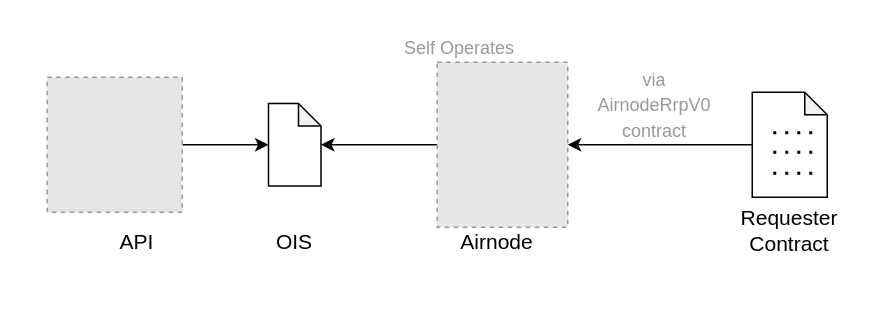
Above: docs/reference/airnode/latest/assets/diagrams/api-integration-ois.drawio in api3dao/vitepress-docs (draw.io), before the change. Source tidied: cells renumbered, new cells numbered last; positions are measured from the earlier drawing's top-left corner, leaving out a move shared by most shapes. Both pictures are drawn from the tidied source at 150%, with x=0, y=0 at pixel (46, 32). Pictures stored in the file or linked from it are replaced by grey dashed boxes.
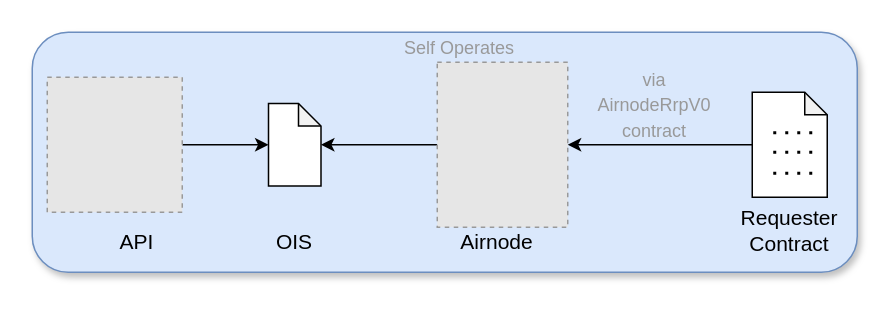
The same page after the edit.

The edit, as a diff of the source:
```diff
@@
+    <mxCell id="18" style="rounded=1;whiteSpace=wrap;html=1;fillColor=#dae8fc;strokeColor=#6c8ebf;shadow=1;" parent="1" vertex="1">
+      <mxGeometry x="-10" width="550" height="160" as="geometry" />
+    </mxCell>
```
